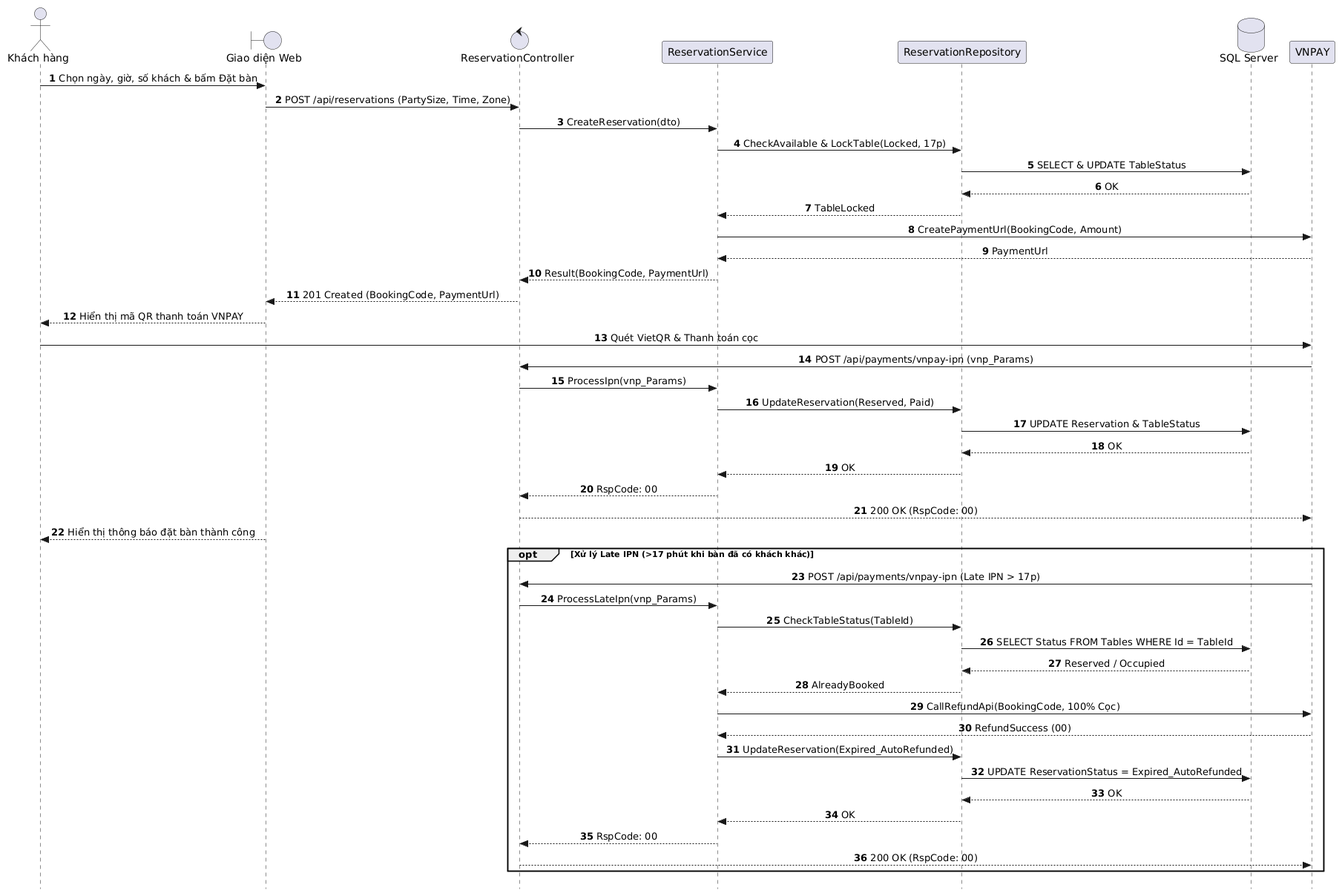
Earlier version of the PlantUML export out/docs/puml/sequences/SD_UC_U1_Reservation_Deposit/SD_UC_U1_Reservation_Deposit.png (AndrewQng/VinDining).
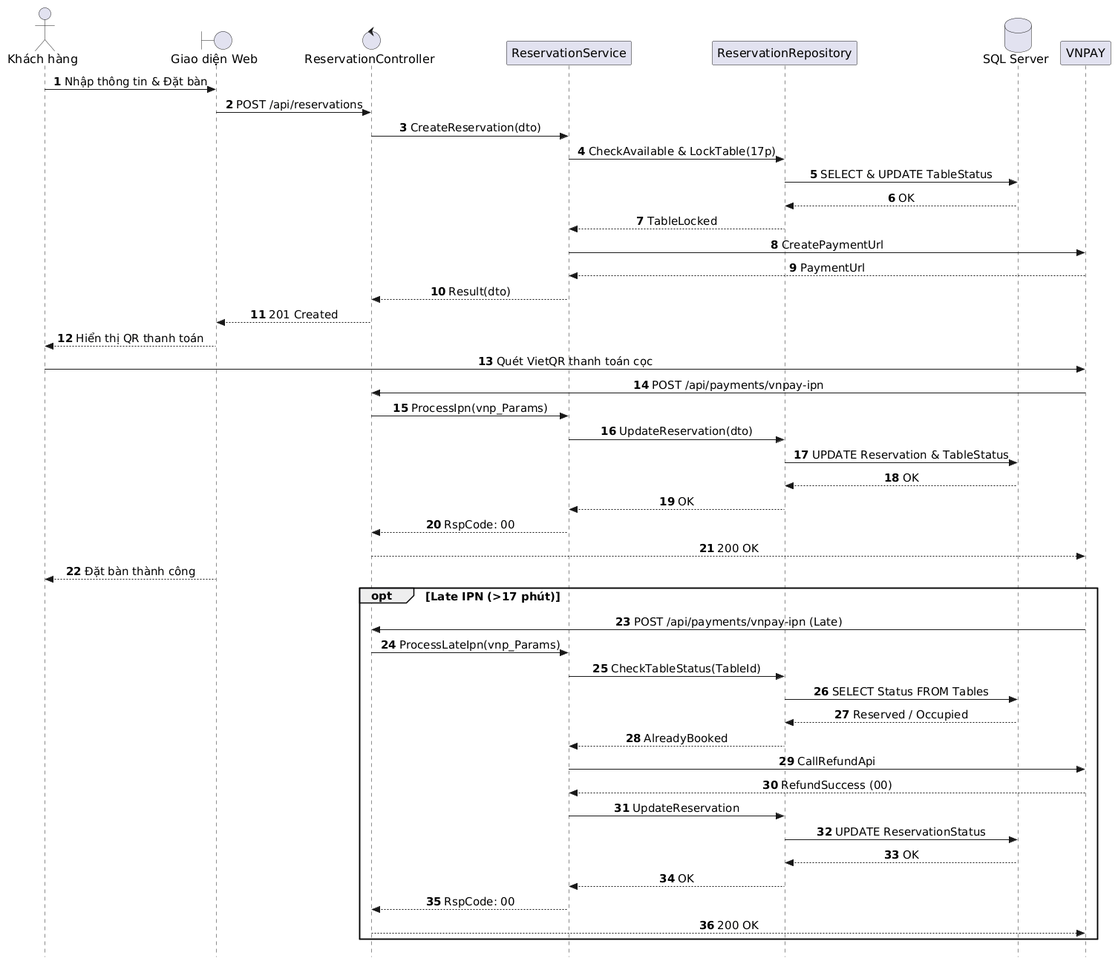
The same diagram one commit later.

The edit, as a diff of the source:
```diff
@@ -3,6 +3,13 @@
 skinparam style strictuml
 skinparam sequenceMessageAlign center
 skinparam responseMessageBelowArrow true
+skinparam defaultFontName "Segoe UI", Arial, sans-serif
+skinparam defaultFontSize 16
+skinparam sequenceActorFontSize 16
+skinparam sequenceParticipantFontSize 16
+skinparam sequenceArrowFontSize 15
+skinparam sequenceGroupFontSize 15
+skinparam sequenceGroupHeaderFontSize 15
 
 actor "Khách hàng" as Guest
 boundary "Giao diện Web" as UI
@@ -12,44 +19,44 @@
 database "SQL Server" as DB
 participant "VNPAY" as VNPAY
 
-Guest -> UI: Chọn ngày, giờ, số khách & bấm Đặt bàn
-UI -> Controller: POST /api/reservations (PartySize, Time, Zone)
+Guest -> UI: Nhập thông tin & Đặt bàn
+UI -> Controller: POST /api/reservations
 Controller -> Service: CreateReservation(dto)
-Service -> Repo: CheckAvailable & LockTable(Locked, 17p)
+Service -> Repo: CheckAvailable & LockTable(17p)
 Repo -> DB: SELECT & UPDATE TableStatus
 DB --> Repo: OK
 Repo --> Service: TableLocked
-Service -> VNPAY: CreatePaymentUrl(BookingCode, Amount)
+Service -> VNPAY: CreatePaymentUrl
 VNPAY --> Service: PaymentUrl
-Service --> Controller: Result(BookingCode, PaymentUrl)
-Controller --> UI: 201 Created (BookingCode, PaymentUrl)
-UI --> Guest: Hiển thị mã QR thanh toán VNPAY
+Service --> Controller: Result(dto)
+Controller --> UI: 201 Created
+UI --> Guest: Hiển thị QR thanh toán
 
-Guest -> VNPAY: Quét VietQR & Thanh toán cọc
-VNPAY -> Controller: POST /api/payments/vnpay-ipn (vnp_Params)
+Guest -> VNPAY: Quét VietQR thanh toán cọc
+VNPAY -> Controller: POST /api/payments/vnpay-ipn
 Controller -> Service: ProcessIpn(vnp_Params)
-Service -> Repo: UpdateReservation(Reserved, Paid)
+Service -> Repo: UpdateReservation(dto)
 Repo -> DB: UPDATE Reservation & TableStatus
 DB --> Repo: OK
 Repo --> Service: OK
 Service --> Controller: RspCode: 00
-Controller --> VNPAY: 200 OK (RspCode: 00)
-UI --> Guest: Hiển thị thông báo đặt bàn thành công
+Controller --> VNPAY: 200 OK
+UI --> Guest: Đặt bàn thành công
 
-opt Xử lý Late IPN (>17 phút khi bàn đã có khách khác)
-    VNPAY -> Controller: POST /api/payments/vnpay-ipn (Late IPN > 17p)
+opt Late IPN (>17 phút)
+    VNPAY -> Controller: POST /api/payments/vnpay-ipn (Late)
     Controller -> Service: ProcessLateIpn(vnp_Params)
     Service -> Repo: CheckTableStatus(TableId)
-    Repo -> DB: SELECT Status FROM Tables WHERE Id = TableId
+    Repo -> DB: SELECT Status FROM Tables
     DB --> Repo: Reserved / Occupied
     Repo --> Service: AlreadyBooked
-    Service -> VNPAY: CallRefundApi(BookingCode, 100% Cọc)
+    Service -> VNPAY: CallRefundApi
     VNPAY --> Service: RefundSuccess (00)
-    Service -> Repo: UpdateReservation(Expired_AutoRefunded)
-    Repo -> DB: UPDATE ReservationStatus = Expired_AutoRefunded
+    Service -> Repo: UpdateReservation
+    Repo -> DB: UPDATE ReservationStatus
     DB --> Repo: OK
     Repo --> Service: OK
     Service --> Controller: RspCode: 00
-    Controller --> VNPAY: 200 OK (RspCode: 00)
+    Controller --> VNPAY: 200 OK
 end
 @enduml
```
